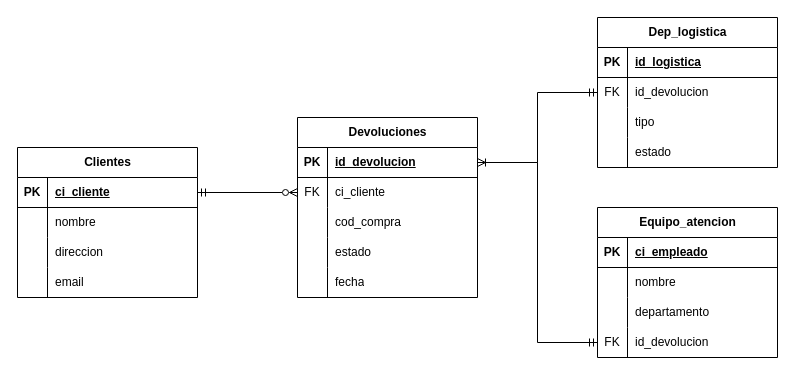
Above: page "MR" (1 of 3) of automatizacion - ecommerce.drawio in AlbanyNVRodriguez/draw---diagrams (draw.io), before the change. Source tidied: cells renumbered, new cells numbered last; positions are measured from the earlier drawing's top-left corner, leaving out a move shared by most shapes. Both pictures are drawn from the tidied source at 100%, with x=0, y=0 at pixel (17, 17).
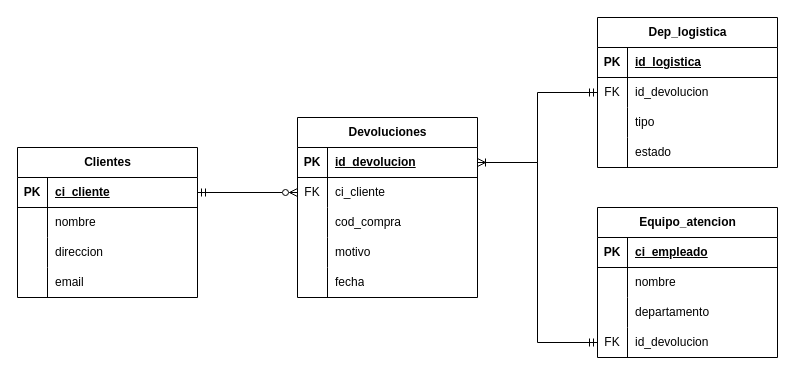
The same diagram, later.

Unchanged cells that the change refers to:
```xml
<mxCell id="38" style="shape=tableRow;horizontal=0;startSize=0;swimlaneHead=0;swimlaneBody=0;fillColor=none;top=0;left=0;right=0;bottom=0;" parent="28" vertex="1">
  <mxGeometry y="120" width="180" height="30" as="geometry" />
</mxCell>
```

What changed in the source:
```diff
@@
-    <mxCell id="40" value="estado" style="shape=partialRectangle;fillColor=none;top=0;left=0;bottom=0;right=0;align=left;spacingLeft=6;overflow=hidden;whiteSpace=wrap;html=1;" parent="38" vertex="1">
+    <mxCell id="40" value="motivo" style="shape=partialRectangle;fillColor=none;top=0;left=0;bottom=0;right=0;align=left;spacingLeft=6;overflow=hidden;whiteSpace=wrap;html=1;" parent="38" vertex="1">
       <mxGeometry x="30" width="150" height="30" as="geometry" />
     </mxCell>
```
